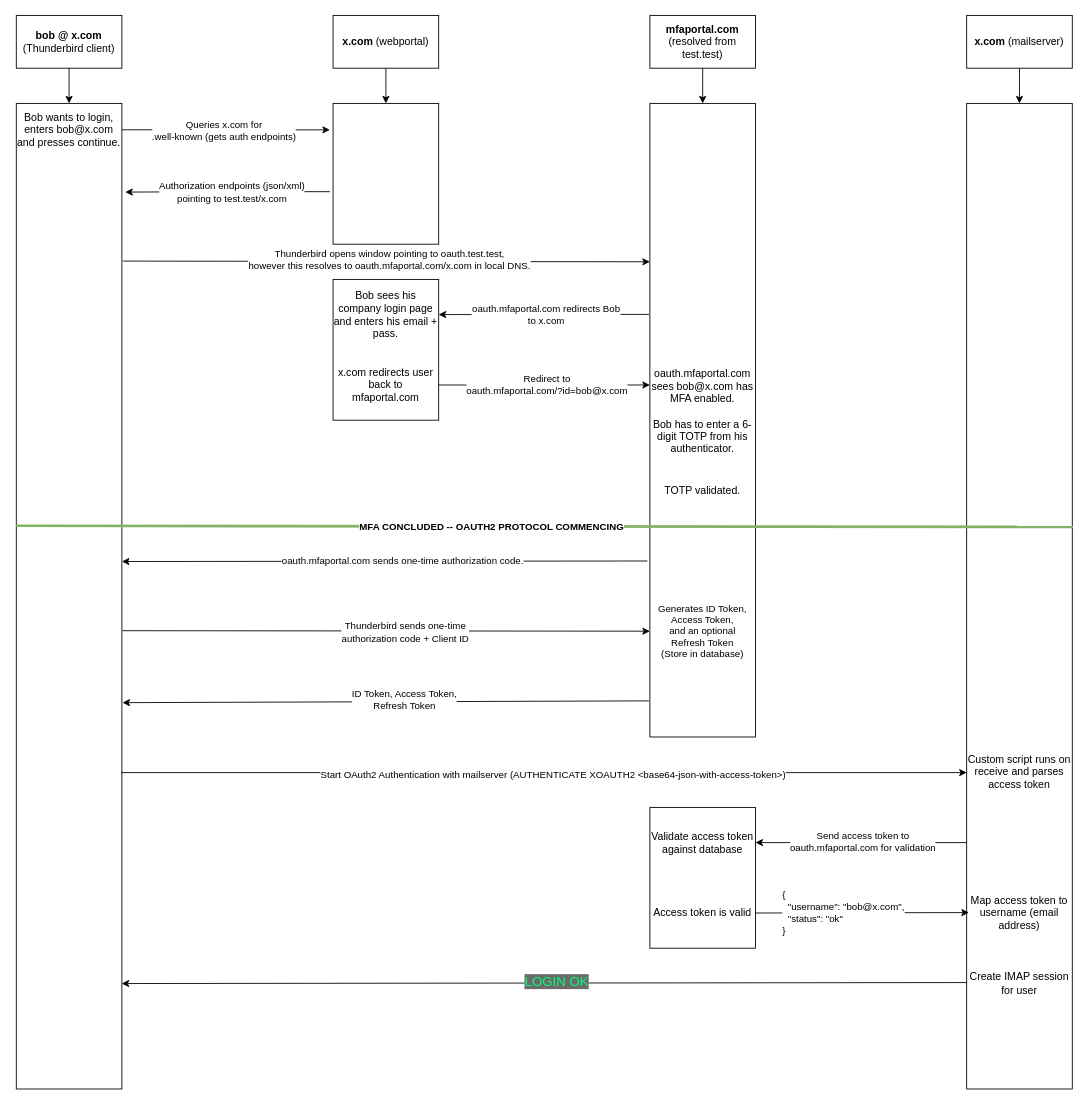
The draw.io diagram Vertical Lifelines OAuth2 DNS.drawio in Indigo6415/MFA-Implementation-IMAP, before the edit. Source tidied: cells renumbered, new cells numbered last; positions are measured from the earlier drawing's top-left corner, leaving out a move shared by most shapes. Both pictures are drawn from the tidied source at 88%, with x=0, y=0 at pixel (16, 15).
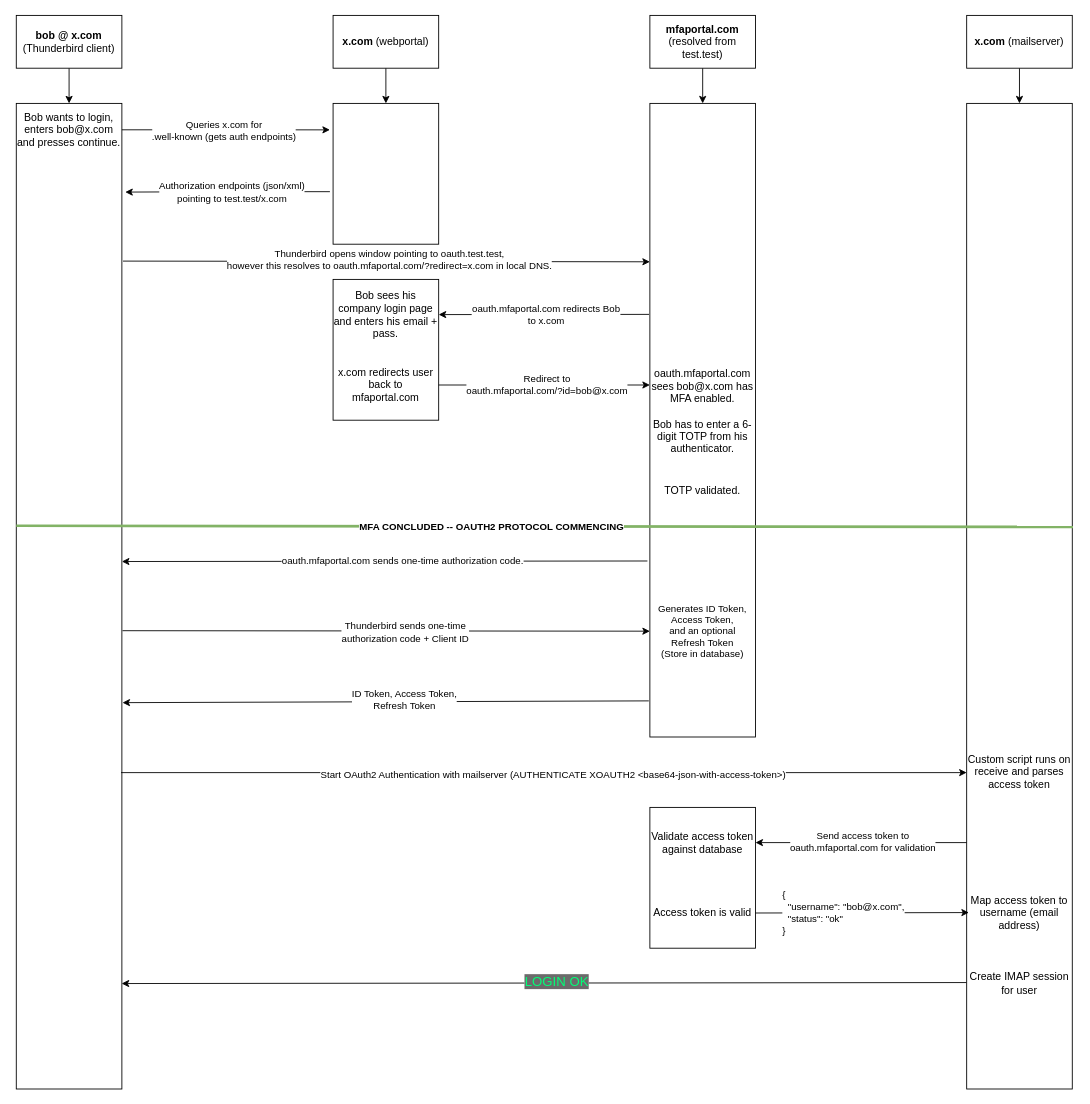
The same diagram, later.

Unchanged cells that the change refers to:
```xml
<mxCell id="19" style="endArrow=classic;html=1;rounded=0;exitX=1.011;exitY=0.16;exitDx=0;exitDy=0;exitPerimeter=0;entryX=0;entryY=0.25;entryDx=0;entryDy=0;" parent="1" edge="1" source="10" target="12">
  <mxGeometry relative="1" as="geometry" />
</mxCell>
```

Diff of the diagram source:
```diff
@@
-    <mxCell id="20" value="Thunderbird opens window pointing to oauth.test.test,&lt;br&gt;however this resolves to oauth.mfaportal.com/x.com in local DNS." style="edgeLabel;html=1;align=center;verticalAlign=middle;" parent="19" vertex="1">
+    <mxCell id="20" value="Thunderbird opens window pointing to oauth.test.test,&lt;br&gt;however this resolves to oauth.mfaportal.com/?redirect=x.com in local DNS." style="edgeLabel;html=1;align=center;verticalAlign=middle;" parent="19" vertex="1">
       <mxGeometry x="0.01" y="2" relative="1" as="geometry" />
     </mxCell>
```
